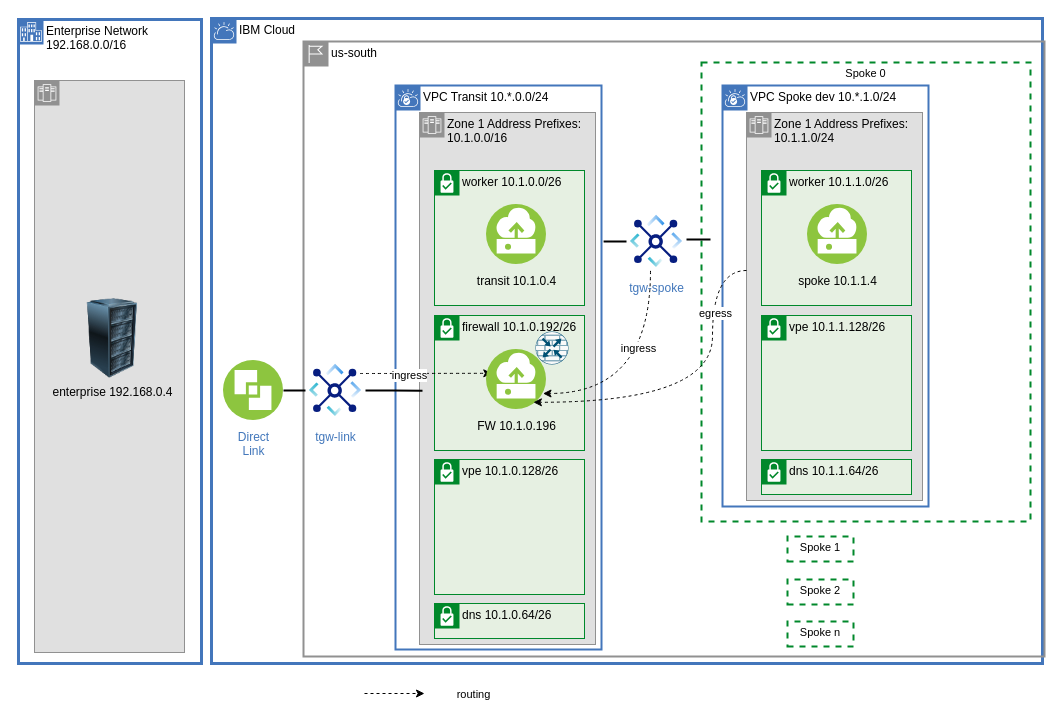
Above: page "vpc-layout" (3 of 15) of diagrams/vpc-transit.drawio in ibm-cloud-docs/solution-tutorials (draw.io), before the change. Source tidied: cells renumbered, new cells numbered last; positions are measured from the earlier drawing's top-left corner, leaving out a move shared by most shapes. Both pictures are drawn from the tidied source at 100%, with x=0, y=0 at pixel (18, 18). Pictures stored in the file or linked from it are replaced by grey dashed boxes.
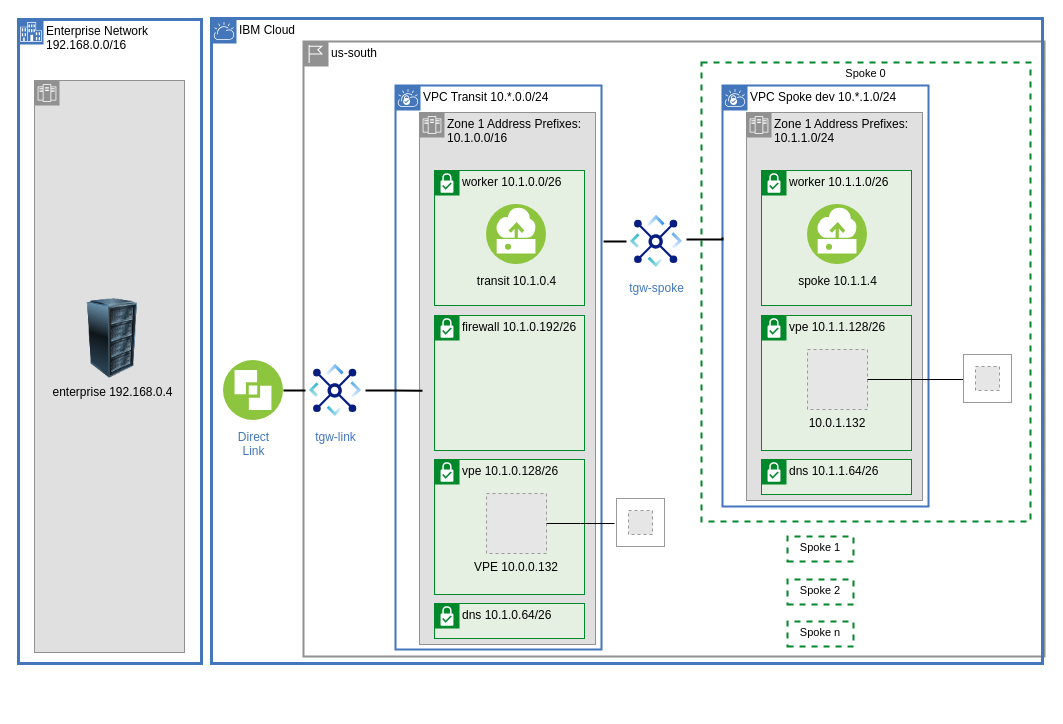
After the change.

The change refers to these unchanged cells:
```xml
<mxCell id="5" value="&lt;span style=&quot;font-weight: normal&quot;&gt;VPC Spoke dev 10.*.1.0/24&lt;/span&gt;" style="shape=mxgraph.ibm.box;prType=vpc;fontStyle=1;verticalAlign=top;align=left;spacingLeft=32;spacingTop=4;fillColor=none;rounded=0;whiteSpace=wrap;html=1;strokeColor=#4376BB;strokeWidth=2;dashed=0;spacing=-4;" parent="1" vertex="1">
  <mxGeometry x="704" y="67" width="206" height="421" as="geometry" />
</mxCell>
<mxCell id="6" value="Zone 1 Address Prefixes:&amp;nbsp; 10.1.1.0/24" style="shape=mxgraph.ibm.box;prType=zone;fontStyle=0;verticalAlign=top;align=left;spacingLeft=32;spacingTop=4;fillColor=#E0E0E0;rounded=0;whiteSpace=wrap;html=1;strokeColor=#919191;strokeWidth=1;dashed=0;spacing=-4;" parent="1" vertex="1">
  <mxGeometry x="728" y="94" width="176" height="388" as="geometry" />
</mxCell>
<mxCell id="31" value="tgw-link" style="perimeter=ellipsePerimeter;html=1;align=center;shadow=0;dashed=0;fontColor=#4277BB;labelBackgroundColor=#ffffff;fontSize=12;spacingTop=3;image;image=img/lib/ibm/vpc/TransitGateway.svg;" parent="30" vertex="1">
  <mxGeometry x="287" y="342" width="60" height="60" as="geometry" />
</mxCell>
```

What changed in the source:
```diff
@@
+    <mxCell id="4" value="Spoke 0" style="fontStyle=0;verticalAlign=top;align=center;spacingTop=-2;fillColor=none;rounded=0;whiteSpace=wrap;html=1;strokeColor=#00882B;strokeWidth=2;dashed=1;shadow=0;labelBackgroundColor=none;fontFamily=Helvetica;fontSize=11;fontColor=default;" parent="1" vertex="1">
+      <mxGeometry x="683" y="44" width="329" height="459" as="geometry" />
+    </mxCell>
+    <mxCell id="3" value="&lt;span style=&quot;font-weight: normal;&quot;&gt;us-south&lt;/span&gt;" style="shape=mxgraph.ibm.box;prType=region;fontStyle=1;verticalAlign=top;align=left;spacingLeft=32;spacingTop=4;fillColor=none;rounded=0;whiteSpace=wrap;html=1;strokeColor=#919191;strokeWidth=2;spacing=-4;" parent="1" vertex="1">
+      <mxGeometry x="285" y="23" width="741" height="615" as="geometry" />
+    </mxCell>
@@
-    <mxCell id="3" value="&lt;span style=&quot;font-weight: normal;&quot;&gt;us-south&lt;/span&gt;" style="shape=mxgraph.ibm.box;prType=region;fontStyle=1;verticalAlign=top;align=left;spacingLeft=32;spacingTop=4;fillColor=none;rounded=0;whiteSpace=wrap;html=1;strokeColor=#919191;strokeWidth=2;spacing=-4;" parent="1" vertex="1">
-      <mxGeometry x="285" y="23" width="741" height="615" as="geometry" />
-    </mxCell>
-    <mxCell id="4" value="Spoke 0" style="fontStyle=0;verticalAlign=top;align=center;spacingTop=-2;fillColor=none;rounded=0;whiteSpace=wrap;html=1;strokeColor=#00882B;strokeWidth=2;dashed=1;shadow=0;labelBackgroundColor=none;fontFamily=Helvetica;fontSize=11;fontColor=default;" parent="1" vertex="1">
-      <mxGeometry x="683" y="44" width="329" height="459" as="geometry" />
-    </mxCell>
@@
+    <mxCell id="27" parent="0" />
+    <mxCell id="28" value="tgw-spoke" style="perimeter=ellipsePerimeter;html=1;align=center;shadow=0;dashed=0;fontColor=#4277BB;labelBackgroundColor=#ffffff;fontSize=12;spacingTop=3;image;image=img/lib/ibm/vpc/TransitGateway.svg;labelPadding=0;backgroundOutline=0;" parent="27" vertex="1">
+      <mxGeometry x="608" y="193" width="60" height="60" as="geometry" />
+    </mxCell>
+    <mxCell id="29" style="edgeStyle=orthogonalEdgeStyle;rounded=0;jettySize=auto;html=1;endArrow=none;endFill=0;strokeWidth=2;entryX=0;entryY=0.361;entryDx=0;entryDy=0;entryPerimeter=0;" parent="27" edge="1" target="5">
+      <mxGeometry relative="1" as="geometry">
+        <mxPoint x="668" y="221" as="sourcePoint" />
+      </mxGeometry>
+    </mxCell>
@@
-    <mxCell id="27" parent="0" />
-    <mxCell id="28" value="tgw-spoke" style="perimeter=ellipsePerimeter;html=1;align=center;shadow=0;dashed=0;fontColor=#4277BB;labelBackgroundColor=#ffffff;fontSize=12;spacingTop=3;image;image=img/lib/ibm/vpc/TransitGateway.svg;labelPadding=0;backgroundOutline=0;" parent="27" vertex="1">
-      <mxGeometry x="608" y="193" width="60" height="60" as="geometry" />
-    </mxCell>
-    <mxCell id="29" style="edgeStyle=orthogonalEdgeStyle;rounded=0;orthogonalLoop=1;jettySize=auto;html=1;endArrow=none;endFill=0;strokeWidth=2;" parent="27" edge="1">
-      <mxGeometry relative="1" as="geometry">
-        <mxPoint x="668" y="221" as="sourcePoint" />
-        <mxPoint x="691" y="222" as="targetPoint" />
-      </mxGeometry>
-    </mxCell>
@@
-    <mxCell id="35" parent="0" />
-    <mxCell id="36" style="edgeStyle=orthogonalEdgeStyle;shape=connector;curved=1;rounded=0;jettySize=auto;html=1;entryX=1;entryY=0.5;entryDx=0;entryDy=0;dashed=1;labelBackgroundColor=default;strokeColor=default;strokeWidth=1;fontFamily=Helvetica;fontSize=11;fontColor=default;endArrow=classic;endFill=1;" parent="35" edge="1" source="28">
-      <mxGeometry relative="1" as="geometry">
-        <mxPoint x="524.5" y="375" as="targetPoint" />
-        <Array as="points">
-          <mxPoint x="632" y="375" />
-        </Array>
-      </mxGeometry>
-    </mxCell>
-    <mxCell id="37" value="ingress" style="edgeLabel;html=1;align=center;verticalAlign=middle;fontSize=11;fontFamily=Helvetica;fontColor=default;" parent="36" vertex="1">
-      <mxGeometry x="-0.31" y="-13" relative="1" as="geometry">
-        <mxPoint y="-2" as="offset" />
-      </mxGeometry>
-    </mxCell>
-    <mxCell id="38" style="edgeStyle=orthogonalEdgeStyle;shape=connector;curved=1;rounded=0;jettySize=auto;html=1;entryX=0;entryY=0;entryDx=0;entryDy=0;dashed=1;labelBackgroundColor=default;strokeColor=default;strokeWidth=1;fontFamily=Helvetica;fontSize=11;fontColor=default;endArrow=classic;endFill=1;" parent="35" edge="1" source="31">
-      <mxGeometry relative="1" as="geometry">
-        <mxPoint x="473.3" y="354.8" as="targetPoint" />
-        <Array as="points">
-          <mxPoint x="355" y="355" />
-          <mxPoint x="355" y="355" />
-        </Array>
-      </mxGeometry>
-    </mxCell>
-    <mxCell id="39" value="ingress" style="edgeLabel;html=1;align=center;verticalAlign=middle;fontSize=11;fontFamily=Helvetica;fontColor=default;" parent="38" vertex="1">
-      <mxGeometry x="-0.26" y="-2" relative="1" as="geometry" />
-    </mxCell>
-    <mxCell id="40" value="FW 10.1.0.196" style="perimeter=ellipsePerimeter;html=1;align=center;shadow=0;dashed=0;fontColor=black;fontSize=12;spacingTop=3;image;image=img/lib/ibm/vpc/Instance.svg;overflow=visible;noLabel=0;labelBackgroundColor=none;" parent="35" vertex="1">
-      <mxGeometry x="468" y="331" width="60" height="60" as="geometry" />
-    </mxCell>
-    <mxCell id="41" style="sketch=0;verticalLabelPosition=bottom;html=1;verticalAlign=top;align=center;shape=mxgraph.cisco19.rect;prIcon=router_with_firewall;fillColor=#FAFAFA;strokeColor=#005073;shadow=0;dashed=0;labelBackgroundColor=none;fontFamily=Helvetica;fontSize=12;fontColor=black;" parent="35" vertex="1">
-      <mxGeometry x="517" y="313" width="33" height="33" as="geometry" />
-    </mxCell>
-    <mxCell id="42" style="shape=connector;rounded=0;orthogonalLoop=1;jettySize=auto;html=1;dashed=1;labelBackgroundColor=default;strokeColor=default;strokeWidth=1;fontFamily=Helvetica;fontSize=11;fontColor=default;endArrow=classic;endFill=1;" parent="35" edge="1">
-      <mxGeometry relative="1" as="geometry">
-        <mxPoint x="346" y="675" as="sourcePoint" />
-        <mxPoint x="406" y="675" as="targetPoint" />
-      </mxGeometry>
-    </mxCell>
-    <mxCell id="43" value="routing" style="text;html=1;align=center;verticalAlign=middle;strokeColor=none;fillColor=none;fontSize=11;fontFamily=Helvetica;fontColor=default;" parent="35" vertex="1">
-      <mxGeometry x="429" y="663" width="52" height="25" as="geometry" />
-    </mxCell>
-    <mxCell id="44" parent="0" />
-    <mxCell id="45" style="edgeStyle=orthogonalEdgeStyle;shape=connector;curved=1;rounded=0;jettySize=auto;html=1;entryX=0.75;entryY=1;entryDx=0;entryDy=0;dashed=1;labelBackgroundColor=default;strokeColor=default;strokeWidth=1;fontFamily=Helvetica;fontSize=11;fontColor=default;endArrow=classic;endFill=1;" parent="44" edge="1" source="6">
-      <mxGeometry relative="1" as="geometry">
-        <mxPoint x="514.9" y="383.8" as="targetPoint" />
-        <Array as="points">
-          <mxPoint x="694" y="252" />
-          <mxPoint x="694" y="384" />
-        </Array>
-      </mxGeometry>
-    </mxCell>
-    <mxCell id="46" value="egress" style="edgeLabel;html=1;align=center;verticalAlign=middle;fontSize=11;fontFamily=Helvetica;fontColor=default;" parent="45" vertex="1">
-      <mxGeometry x="-0.56" y="2" relative="1" as="geometry" />
-    </mxCell>
+    <mxCell id="47" parent="0" />
+    <mxCell id="48" value="VPE 10.0.0.132" style="fillColor=#E6E6E6;strokeColor=#999999;dashed=1;verticalLabelPosition=bottom;verticalAlign=top;labelBackgroundColor=none;" parent="47" vertex="1">
+      <mxGeometry x="468" y="475" width="60" height="60" as="geometry" />
+    </mxCell>
+    <mxCell id="49" value="10.0.1.132" style="fillColor=#E6E6E6;strokeColor=#999999;dashed=1;verticalLabelPosition=bottom;labelBackgroundColor=none;verticalAlign=top;" parent="47" vertex="1">
+      <mxGeometry x="789" y="331" width="60" height="60" as="geometry" />
+    </mxCell>
+    <mxCell id="50" style="edgeStyle=orthogonalEdgeStyle;shape=connector;rounded=0;jettySize=auto;html=1;labelBackgroundColor=default;strokeColor=default;strokeWidth=1;fontFamily=Helvetica;fontSize=11;fontColor=default;endArrow=none;endFill=0;" parent="47" edge="1" source="49">
+      <mxGeometry relative="1" as="geometry">
+        <mxPoint x="946" y="361" as="targetPoint" />
+      </mxGeometry>
+    </mxCell>
+    <mxCell id="51" style="edgeStyle=orthogonalEdgeStyle;rounded=0;jettySize=auto;html=1;endArrow=none;endFill=0;" parent="47" edge="1" source="48">
+      <mxGeometry relative="1" as="geometry">
+        <mxPoint x="596" y="505" as="targetPoint" />
+      </mxGeometry>
+    </mxCell>
+    <mxCell id="52" style="group;fontFamily=IBM Plex Sans;verticalAlign=top;labelPosition=center;verticalLabelPosition=bottom;align=center;spacingLeft=0;spacingRight=0;spacingBottom=4;whiteSpace=wrap;html=1;fontStyle=0;fontSize=14;strokeOpacity=0;strokeColor=none;strokeWidth=0;spacing=0;" parent="47" vertex="1">
+      <mxGeometry x="598" y="480" width="48" height="48" as="geometry" />
+    </mxCell>
+    <mxCell id="53" style="moveable=0;rounded=0;whiteSpace=wrap;html=1;spacingLeft=0;verticalAlign=top;fontFamily=IBM Plex Sans;fontSize=14;align=center;spacingBottom=0;spacingRight=0;labelPosition=center;verticalLabelPosition=bottom;spacing=0;strokeColor=#999999;" parent="52" vertex="1">
+      <mxGeometry width="48" height="48" as="geometry" />
+    </mxCell>
+    <mxCell id="54" style="fillColor=#E6E6E6;strokeColor=#999999;dashed=1;verticalLabelPosition=bottom;labelBackgroundColor=default;verticalAlign=top;" parent="52" vertex="1">
+      <mxGeometry x="12" y="12" width="24" height="24" as="geometry" />
+    </mxCell>
+    <mxCell id="55" style="group;fontFamily=IBM Plex Sans;verticalAlign=top;labelPosition=center;verticalLabelPosition=bottom;align=center;spacingLeft=0;spacingRight=0;spacingBottom=4;whiteSpace=wrap;html=1;fontStyle=0;fontSize=14;strokeOpacity=0;strokeColor=none;strokeWidth=0;spacing=0;" parent="47" vertex="1">
+      <mxGeometry x="945" y="336" width="48" height="48" as="geometry" />
+    </mxCell>
+    <mxCell id="56" style="moveable=0;rounded=0;whiteSpace=wrap;html=1;spacingLeft=0;verticalAlign=top;fontFamily=IBM Plex Sans;fontSize=14;align=center;spacingBottom=0;spacingRight=0;labelPosition=center;verticalLabelPosition=bottom;spacing=0;strokeColor=#999999;" parent="55" vertex="1">
+      <mxGeometry width="48" height="48" as="geometry" />
+    </mxCell>
+    <mxCell id="57" style="fillColor=#E6E6E6;strokeColor=#999999;dashed=1;verticalLabelPosition=bottom;labelBackgroundColor=default;verticalAlign=top;" parent="55" vertex="1">
+      <mxGeometry x="12" y="12" width="24" height="24" as="geometry" />
+    </mxCell>
```
